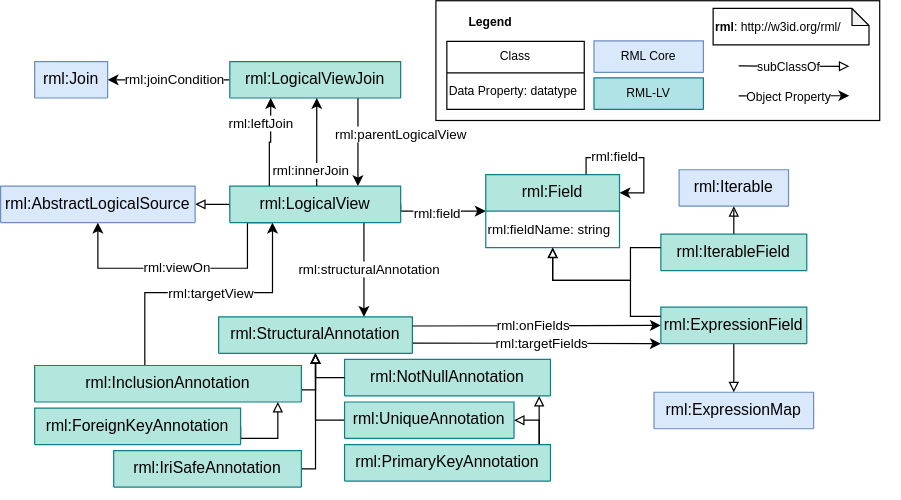
This is ontology/rml-lv_diagram.svg from kg-construct/rml-lv, a draw.io export, as it was before one commit. Source tidied: cells renumbered, new cells last; positions are measured from the earlier drawing's top-left corner, leaving out a move shared by most shapes.
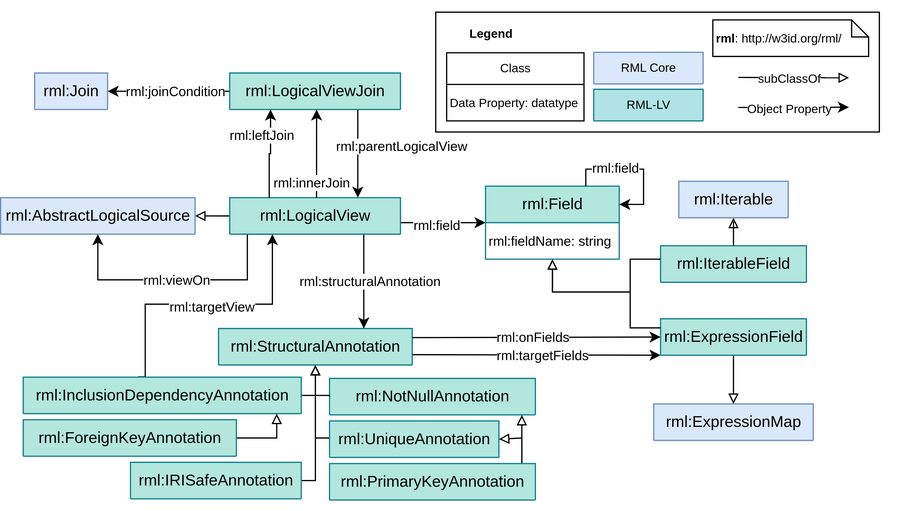
The same file after the commit.

Change to the diagram source:
```diff
@@ -3,7 +3,7 @@
     <mxCell id="0" />
     <mxCell id="1" parent="0" />
     <mxCell id="2" style="rounded=0;whiteSpace=wrap;html=1;strokeColor=none;" parent="1" vertex="1">
-      <mxGeometry y="152.5" width="740" height="257.5" as="geometry" />
+      <mxGeometry y="-10" width="740" height="420" as="geometry" />
     </mxCell>
     <mxCell id="3" style="rounded=0;jettySize=auto;html=1;endArrow=block;endFill=0;exitX=0;exitY=0.5;exitDx=0;exitDy=0;entryX=1;entryY=0.5;entryDx=0;entryDy=0;edgeStyle=orthogonalEdgeStyle;" parent="1" edge="1" source="37" target="39">
       <mxGeometry relative="1" as="geometry">
@@ -60,8 +60,7 @@
     <mxCell id="15" style="rounded=0;jettySize=auto;html=1;endArrow=block;endFill=0;exitX=1;exitY=0.5;exitDx=0;exitDy=0;entryX=0.5;entryY=1;entryDx=0;entryDy=0;edgeStyle=orthogonalEdgeStyle;" parent="1" edge="1" source="18" target="23">
       <mxGeometry relative="1" as="geometry">
         <Array as="points">
-          <mxPoint x="232" y="320" />
-          <mxPoint x="259" y="320" />
+          <mxPoint x="259" y="315" />
         </Array>
       </mxGeometry>
     </mxCell>
@@ -78,19 +77,14 @@
         <mxPoint x="-53" y="5" as="offset" />
       </mxGeometry>
     </mxCell>
-    <mxCell id="18" value="rml:InclusionAnnotation" style="swimlane;fontStyle=0;align=center;verticalAlign=top;horizontal=1;startSize=30;rounded=0;shadow=0;strokeWidth=1;fillColor=#B3E6DC;strokeColor=#0E8088;fontSize=13;fontFamily=Helvetica;" parent="1" vertex="1">
-      <mxGeometry x="28" y="300" width="219.4" height="30" as="geometry" />
+    <mxCell id="18" value="rml:InclusionDependencyAnnotation" style="swimlane;fontStyle=0;align=center;verticalAlign=top;horizontal=1;startSize=30;rounded=0;shadow=0;strokeWidth=1;fillColor=#B3E6DC;strokeColor=#0E8088;fontSize=13;fontFamily=Helvetica;" parent="1" vertex="1">
+      <mxGeometry x="18.6" y="300" width="228.7" height="30" as="geometry" />
     </mxCell>
     <mxCell id="19" style="rounded=0;jettySize=auto;html=1;endArrow=block;endFill=0;exitX=1;exitY=0.5;exitDx=0;exitDy=0;edgeStyle=orthogonalEdgeStyle;entryX=0.9117;entryY=1.0;entryDx=0;entryDy=0;" parent="1" edge="1" source="20" target="18">
-      <mxGeometry relative="1" as="geometry">
-        <Array as="points">
-          <mxPoint x="197" y="360" />
-          <mxPoint x="228" y="360" />
-        </Array>
-      </mxGeometry>
+      <mxGeometry relative="1" as="geometry" />
     </mxCell>
-    <mxCell id="20" value="rml:ForeignKeyAnnotation" style="swimlane;fontStyle=0;align=center;verticalAlign=top;horizontal=1;startSize=30;rounded=0;shadow=0;strokeWidth=1;fillColor=#B3E6DC;strokeColor=#0E8088;fontSize=13;fontFamily=Helvetica;" parent="1" vertex="1">
-      <mxGeometry x="28" y="335" width="169.4" height="30" as="geometry" />
+    <mxCell id="20" value="rml:ForeignKeyAnnotation" style="swimlane;fontStyle=0;align=center;verticalAlign=top;horizontal=1;startSize=30;rounded=0;shadow=0;strokeWidth=1;fillColor=#B3E6DC;strokeColor=#0E8088;fontSize=13;fontFamily=Helvetica;" parent="1" vertex="1" collapsed="1">
+      <mxGeometry x="18.6" y="335" width="175.4" height="30" as="geometry" />
     </mxCell>
     <mxCell id="21" style="rounded=0;jettySize=auto;html=1;exitX=1.0;exitY=0.7167;exitDx=0;exitDy=0;entryX=0;entryY=1;entryDx=0;entryDy=0;edgeStyle=orthogonalEdgeStyle;jumpStyle=arc;" parent="1" edge="1" source="23" target="45">
       <mxGeometry relative="1" as="geometry">
@@ -109,44 +103,37 @@
       <mxGeometry x="179.3" y="260" width="159.4" height="30" as="geometry" />
     </mxCell>
     <mxCell id="24" value="rml:NotNullAnnotation" style="swimlane;fontStyle=0;align=center;verticalAlign=top;horizontal=1;startSize=30;rounded=0;shadow=0;strokeWidth=1;fillColor=#B3E6DC;strokeColor=#0E8088;fontSize=13;fontFamily=Helvetica;" parent="1" vertex="1">
-      <mxGeometry x="282.9" y="295" width="169.4" height="30" as="geometry" />
+      <mxGeometry x="270.6" y="301" width="169.4" height="30" as="geometry" />
     </mxCell>
     <mxCell id="25" style="rounded=0;jettySize=auto;html=1;endArrow=block;endFill=0;exitX=0;exitY=0.5;exitDx=0;exitDy=0;entryX=0.5;entryY=1;entryDx=0;entryDy=0;edgeStyle=orthogonalEdgeStyle;" parent="1" edge="1" source="24" target="23">
       <mxGeometry relative="1" as="geometry">
         <Array as="points">
-          <mxPoint x="259" y="310" />
+          <mxPoint x="259" y="315" />
         </Array>
       </mxGeometry>
     </mxCell>
     <mxCell id="26" style="rounded=0;jettySize=auto;html=1;endArrow=block;endFill=0;exitX=0;exitY=0.5;exitDx=0;exitDy=0;entryX=0.5;entryY=1;entryDx=0;entryDy=0;edgeStyle=orthogonalEdgeStyle;" parent="1" edge="1" source="27" target="23">
       <mxGeometry relative="1" as="geometry">
         <Array as="points">
-          <mxPoint x="259" y="345" />
+          <mxPoint x="259" y="350" />
         </Array>
       </mxGeometry>
     </mxCell>
     <mxCell id="27" value="rml:UniqueAnnotation" style="swimlane;fontStyle=0;align=center;verticalAlign=top;horizontal=1;startSize=30;rounded=0;shadow=0;strokeWidth=1;fillColor=#B3E6DC;strokeColor=#0E8088;fontSize=13;fontFamily=Helvetica;" parent="1" vertex="1">
-      <mxGeometry x="282.9" y="330" width="139.4" height="30" as="geometry" />
+      <mxGeometry x="270.6" y="336" width="139.4" height="30" as="geometry" />
     </mxCell>
     <mxCell id="28" style="rounded=0;jettySize=auto;html=1;endArrow=block;endFill=0;exitX=0.9342;exitY=0.0;exitDx=0;exitDy=0;entryX=1;entryY=0.5;entryDx=0;entryDy=0;edgeStyle=orthogonalEdgeStyle;" parent="1" edge="1" source="30" target="27">
       <mxGeometry relative="1" as="geometry">
         <Array as="points">
-          <mxPoint x="441" y="375" />
-          <mxPoint x="443" y="375" />
-          <mxPoint x="443" y="345" />
+          <mxPoint x="428.9" y="350" />
         </Array>
       </mxGeometry>
     </mxCell>
-    <mxCell id="29" style="rounded=0;jettySize=auto;html=1;endArrow=block;endFill=0;exitX=0.9342;exitY=0.0;exitDx=0;exitDy=0;entryX=0.945;entryY=1.003;entryDx=0;entryDy=0;entryPerimeter=0;edgeStyle=orthogonalEdgeStyle;" parent="1" edge="1" source="30" target="24">
-      <mxGeometry relative="1" as="geometry">
-        <Array as="points">
-          <mxPoint x="443" y="365" />
-          <mxPoint x="443" y="325" />
-        </Array>
-      </mxGeometry>
+    <mxCell id="29" style="rounded=0;jettySize=auto;html=1;endArrow=block;endFill=0;exitX=0.9342;exitY=0.0;exitDx=0;exitDy=0;entryX=0.9342;entryY=1.003;entryDx=0;entryDy=0;entryPerimeter=0;edgeStyle=orthogonalEdgeStyle;" parent="1" edge="1" source="30" target="24">
+      <mxGeometry relative="1" as="geometry" />
     </mxCell>
     <mxCell id="30" value="rml:PrimaryKeyAnnotation" style="swimlane;fontStyle=0;align=center;verticalAlign=top;horizontal=1;startSize=30;rounded=0;shadow=0;strokeWidth=1;fillColor=#B3E6DC;strokeColor=#0E8088;fontSize=13;fontFamily=Helvetica;" parent="1" vertex="1">
-      <mxGeometry x="282.9" y="365" width="169.4" height="30" as="geometry" />
+      <mxGeometry x="270.6" y="371" width="169.4" height="30" as="geometry" />
     </mxCell>
     <mxCell id="31" style="rounded=0;jettySize=auto;html=1;exitX=0.75;exitY=1;exitDx=0;exitDy=0;entryX=0.75;entryY=0;entryDx=0;entryDy=0;edgeStyle=orthogonalEdgeStyle;" parent="1" edge="1" source="37" target="23">
       <mxGeometry relative="1" as="geometry">
@@ -205,8 +192,8 @@
         </Array>
       </mxGeometry>
     </mxCell>
-    <mxCell id="41" value="rml:IriSafeAnnotation" style="swimlane;fontStyle=0;align=center;verticalAlign=top;horizontal=1;startSize=30;rounded=0;shadow=0;strokeWidth=1;fillColor=#B3E6DC;strokeColor=#0E8088;fontSize=13;fontFamily=Helvetica;" parent="1" vertex="1">
-      <mxGeometry x="93" y="370" width="154.4" height="30" as="geometry" />
+    <mxCell id="41" value="rml:IRISafeAnnotation" style="swimlane;fontStyle=0;align=center;verticalAlign=top;horizontal=1;startSize=30;rounded=0;shadow=0;strokeWidth=1;fillColor=#B3E6DC;strokeColor=#0E8088;fontSize=13;fontFamily=Helvetica;" parent="1" vertex="1">
+      <mxGeometry x="106.9" y="370" width="140.5" height="30" as="geometry" />
     </mxCell>
     <mxCell id="42" style="rounded=0;jettySize=auto;html=1;endArrow=block;endFill=0;entryX=0.5;entryY=1;entryDx=0;entryDy=0;edgeStyle=orthogonalEdgeStyle;" parent="1" edge="1" source="43" target="38">
       <mxGeometry relative="1" as="geometry" />
```
